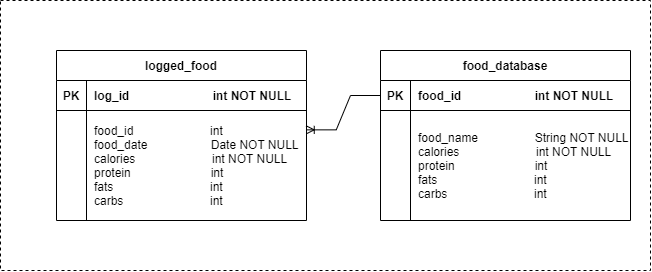
Above: Diagrams/v1.0/Database Schema.png in jonechong/calories-cv (draw.io), before the change. Source tidied: cells renumbered, new cells last; positions are measured from the earlier drawing's top-left corner, leaving out a move shared by most shapes. Its diagram source:
```xml
<mxGraphModel>
  <root>
    <mxCell id="0" />
    <mxCell id="1" parent="0" />
    <mxCell id="2" style="rounded=0;whiteSpace=wrap;html=1;fillColor=none;dashed=1;" parent="1" vertex="1">
      <mxGeometry width="650" height="270" as="geometry" />
    </mxCell>
    <mxCell id="3" value="logged_food" style="shape=table;startSize=30;rowLines=0;fontStyle=1;align=center;" parent="1" vertex="1">
      <mxGeometry x="56" y="50" width="250" height="170" as="geometry" />
    </mxCell>
    <mxCell id="4" style="shape=partialRectangle;fillColor=none;top=0;left=0;right=0;bottom=1;" parent="3" vertex="1">
      <mxGeometry y="30" width="250" height="30" as="geometry" />
    </mxCell>
    <mxCell id="5" value="PK" style="shape=partialRectangle;overflow=hidden;fillColor=none;top=0;left=0;bottom=0;right=0;fontStyle=1;" parent="4" vertex="1">
      <mxGeometry width="30" height="30" as="geometry" />
    </mxCell>
    <mxCell id="6" value="log_id                         int NOT NULL " style="shape=partialRectangle;overflow=hidden;fillColor=none;top=0;left=0;bottom=0;right=0;align=left;spacingLeft=6;fontStyle=1;" parent="4" vertex="1">
      <mxGeometry x="30" width="220" height="30" as="geometry" />
    </mxCell>
    <mxCell id="7" style="shape=partialRectangle;fillColor=none;points=[[0,0.5],[1,0.5]];portConstraint=eastwest;top=0;left=0;right=0;bottom=0;" parent="3" vertex="1">
      <mxGeometry y="60" width="250" height="110" as="geometry" />
    </mxCell>
    <mxCell id="8" style="shape=partialRectangle;overflow=hidden;fillColor=none;top=0;left=0;bottom=0;right=0;" parent="7" vertex="1">
      <mxGeometry width="30" height="110" as="geometry" />
    </mxCell>
    <mxCell id="9" value="food_id                       int &#10;food_date                   Date NOT NULL &#10;calories                       int NOT NULL&#10;protein                        int&#10;fats                             int&#10;carbs                          int" style="shape=partialRectangle;overflow=hidden;fillColor=none;top=0;left=0;bottom=0;right=0;align=left;spacingLeft=6;" parent="7" vertex="1">
      <mxGeometry x="30" width="220" height="110" as="geometry" />
    </mxCell>
    <mxCell id="10" value="food_database" style="shape=table;startSize=30;rowLines=0;fontStyle=1;align=center;" parent="1" vertex="1">
      <mxGeometry x="380" y="50" width="250" height="170" as="geometry" />
    </mxCell>
    <mxCell id="11" style="shape=partialRectangle;fillColor=none;points=[[0,0.5],[1,0.5]];portConstraint=eastwest;top=0;left=0;right=0;bottom=1;" parent="10" vertex="1">
      <mxGeometry y="30" width="250" height="30" as="geometry" />
    </mxCell>
    <mxCell id="12" value="PK" style="shape=partialRectangle;overflow=hidden;fillColor=none;top=0;left=0;bottom=0;right=0;fontStyle=1;" parent="11" vertex="1">
      <mxGeometry width="30" height="30" as="geometry" />
    </mxCell>
    <mxCell id="13" value="food_id                      int NOT NULL " style="shape=partialRectangle;overflow=hidden;fillColor=none;top=0;left=0;bottom=0;right=0;align=left;spacingLeft=6;fontStyle=1;" parent="11" vertex="1">
      <mxGeometry x="30" width="220" height="30" as="geometry" />
    </mxCell>
    <mxCell id="14" style="shape=partialRectangle;fillColor=none;top=0;left=0;right=0;bottom=0;" parent="10" vertex="1">
      <mxGeometry y="60" width="250" height="110" as="geometry" />
    </mxCell>
    <mxCell id="15" style="shape=partialRectangle;overflow=hidden;fillColor=none;top=0;left=0;bottom=0;right=0;" parent="14" vertex="1">
      <mxGeometry width="30" height="110" as="geometry" />
    </mxCell>
    <mxCell id="16" value="food_name                 String NOT NULL&#10;calories                       int NOT NULL&#10;protein                        int&#10;fats                             int&#10;carbs                          int" style="shape=partialRectangle;overflow=hidden;fillColor=none;top=0;left=0;bottom=0;right=0;align=left;spacingLeft=6;" parent="14" vertex="1">
      <mxGeometry x="30" width="220" height="110" as="geometry" />
    </mxCell>
    <mxCell id="17" style="edgeStyle=entityRelationEdgeStyle;fontSize=12;html=1;endArrow=ERoneToMany;rounded=0;entryX=0.999;entryY=0.176;entryDx=0;entryDy=0;entryPerimeter=0;exitX=0;exitY=0.5;exitDx=0;exitDy=0;" parent="1" edge="1" source="11" target="7">
      <mxGeometry relative="1" as="geometry" />
    </mxCell>
  </root>
</mxGraphModel>
```
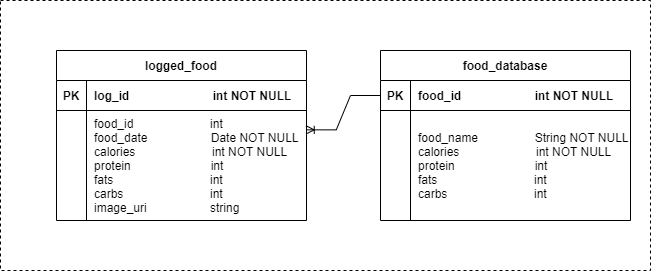
After the commit.

The edit, as a diff of the source:
```diff
@@ -23,7 +23,7 @@
     <mxCell id="8" style="shape=partialRectangle;overflow=hidden;fillColor=none;top=0;left=0;bottom=0;right=0;" parent="7" vertex="1">
       <mxGeometry width="30" height="110" as="geometry" />
     </mxCell>
-    <mxCell id="9" value="food_id                       int &#10;food_date                   Date NOT NULL &#10;calories                       int NOT NULL&#10;protein                        int&#10;fats                             int&#10;carbs                          int" style="shape=partialRectangle;overflow=hidden;fillColor=none;top=0;left=0;bottom=0;right=0;align=left;spacingLeft=6;" parent="7" vertex="1">
+    <mxCell id="9" value="food_id                       int &#10;food_date                   Date NOT NULL &#10;calories                       int NOT NULL&#10;protein                        int&#10;fats                             int&#10;carbs                          int&#10;image_uri                   string" style="shape=partialRectangle;overflow=hidden;fillColor=none;top=0;left=0;bottom=0;right=0;align=left;spacingLeft=6;" parent="7" vertex="1">
       <mxGeometry x="30" width="220" height="110" as="geometry" />
     </mxCell>
     <mxCell id="10" value="food_database" style="shape=table;startSize=30;rowLines=0;fontStyle=1;align=center;" parent="1" vertex="1">
```
